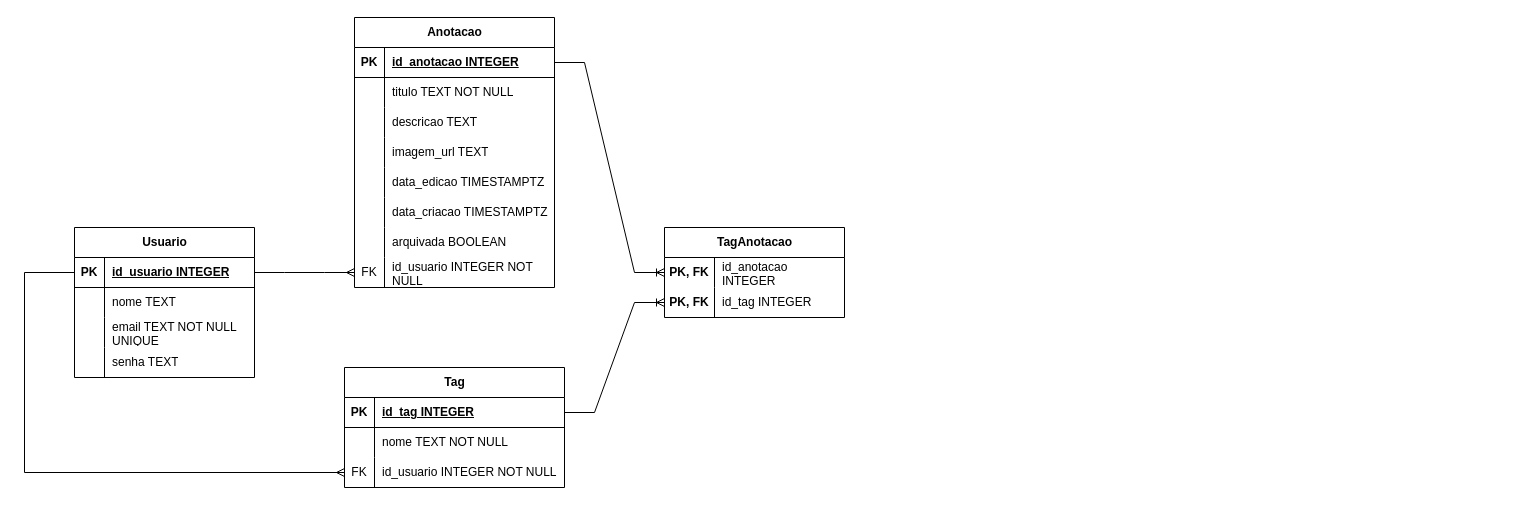
This is page "Modelo Físico" (3 of 3) of Modelagem/SENAINotesModelagem.drawio from Viniart/SENAI-Notes-Java, a draw.io file, before an edit. Source tidied: cells renumbered, new cells numbered last; positions are measured from the earlier drawing's top-left corner, leaving out a move shared by most shapes. Both pictures are drawn from the tidied source at 100%, with x=0, y=0 at pixel (24, 17).
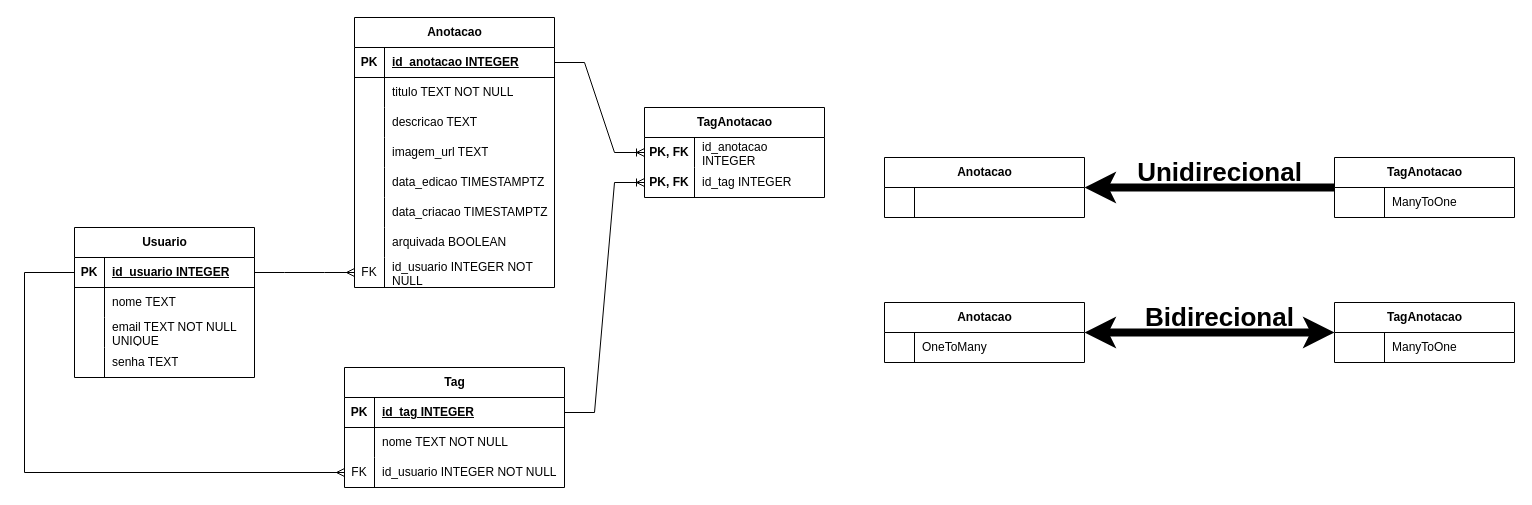
The same page after the edit.

What changed in the source:
```diff
@@
     <mxCell id="41" value="TagAnotacao" style="shape=table;startSize=30;childLayout=tableLayout;rowLines=0;fontStyle=1;align=center;html=1;" parent="1" vertex="1">
-      <mxGeometry x="640" y="210" width="180" height="90" as="geometry" />
+      <mxGeometry x="620" y="90" width="180" height="90" as="geometry" />
     </mxCell>
@@
+    <mxCell id="61" value="Anotacao" style="shape=table;startSize=30;childLayout=tableLayout;rowLines=0;fontStyle=1;align=center;html=1;" parent="1" vertex="1">
+      <mxGeometry x="860" y="140" width="200" height="60" as="geometry" />
+    </mxCell>
+    <mxCell id="62" style="shape=tableRow;horizontal=0;startSize=0;swimlaneHead=0;swimlaneBody=0;fillColor=none;top=0;left=0;right=0;bottom=0;" parent="61" vertex="1">
+      <mxGeometry y="30" width="200" height="30" as="geometry" />
+    </mxCell>
+    <mxCell id="63" style="shape=partialRectangle;fillColor=none;top=0;left=0;bottom=0;right=0;overflow=hidden;whiteSpace=wrap;html=1;" parent="62" vertex="1">
+      <mxGeometry width="30" height="30" as="geometry" />
+    </mxCell>
+    <mxCell id="64" style="shape=partialRectangle;fillColor=none;top=0;left=0;bottom=0;right=0;align=left;spacingLeft=6;overflow=hidden;whiteSpace=wrap;html=1;" parent="62" vertex="1">
+      <mxGeometry x="30" width="170" height="30" as="geometry" />
+    </mxCell>
+    <mxCell id="65" style="edgeStyle=orthogonalEdgeStyle;rounded=0;jettySize=auto;html=1;fontSize=21;strokeWidth=8;" parent="1" edge="1" source="66" target="61">
+      <mxGeometry relative="1" as="geometry" />
+    </mxCell>
+    <mxCell id="66" value="TagAnotacao" style="shape=table;startSize=30;childLayout=tableLayout;rowLines=0;fontStyle=1;align=center;html=1;" parent="1" vertex="1">
+      <mxGeometry x="1310" y="140" width="180" height="60" as="geometry" />
+    </mxCell>
+    <mxCell id="67" style="shape=tableRow;horizontal=0;startSize=0;swimlaneHead=0;swimlaneBody=0;fillColor=none;top=0;left=0;right=0;bottom=0;" parent="66" vertex="1">
+      <mxGeometry y="30" width="180" height="30" as="geometry" />
+    </mxCell>
+    <mxCell id="68" style="shape=partialRectangle;fillColor=none;top=0;left=0;bottom=0;right=0;overflow=hidden;whiteSpace=wrap;html=1;" parent="67" vertex="1">
+      <mxGeometry width="50" height="30" as="geometry" />
+    </mxCell>
+    <mxCell id="69" value="ManyToOne" style="shape=partialRectangle;fillColor=none;top=0;left=0;bottom=0;right=0;align=left;spacingLeft=6;overflow=hidden;whiteSpace=wrap;html=1;" parent="67" vertex="1">
+      <mxGeometry x="50" width="130" height="30" as="geometry" />
+    </mxCell>
+    <mxCell id="70" value="Unidirecional" style="text;html=1;align=center;verticalAlign=middle;strokeColor=none;fillColor=none;fontSize=26;fontStyle=1;" parent="1" vertex="1">
+      <mxGeometry x="1110" y="135" width="170" height="40" as="geometry" />
+    </mxCell>
+    <mxCell id="71" value="Anotacao" style="shape=table;startSize=30;childLayout=tableLayout;rowLines=0;fontStyle=1;align=center;html=1;" parent="1" vertex="1">
+      <mxGeometry x="860" y="285" width="200" height="60" as="geometry" />
+    </mxCell>
+    <mxCell id="72" style="shape=tableRow;horizontal=0;startSize=0;swimlaneHead=0;swimlaneBody=0;fillColor=none;top=0;left=0;right=0;bottom=0;" parent="71" vertex="1">
+      <mxGeometry y="30" width="200" height="30" as="geometry" />
+    </mxCell>
+    <mxCell id="73" style="shape=partialRectangle;fillColor=none;top=0;left=0;bottom=0;right=0;overflow=hidden;whiteSpace=wrap;html=1;" parent="72" vertex="1">
+      <mxGeometry width="30" height="30" as="geometry" />
+    </mxCell>
+    <mxCell id="74" value="OneToMany" style="shape=partialRectangle;fillColor=none;top=0;left=0;bottom=0;right=0;align=left;spacingLeft=6;overflow=hidden;whiteSpace=wrap;html=1;" parent="72" vertex="1">
+      <mxGeometry x="30" width="170" height="30" as="geometry" />
+    </mxCell>
+    <mxCell id="75" style="edgeStyle=orthogonalEdgeStyle;rounded=0;jettySize=auto;html=1;fontSize=21;strokeWidth=8;startArrow=classic;startFill=1;" parent="1" edge="1" source="76" target="71">
+      <mxGeometry relative="1" as="geometry" />
+    </mxCell>
+    <mxCell id="76" value="TagAnotacao" style="shape=table;startSize=30;childLayout=tableLayout;rowLines=0;fontStyle=1;align=center;html=1;" parent="1" vertex="1">
+      <mxGeometry x="1310" y="285" width="180" height="60" as="geometry" />
+    </mxCell>
+    <mxCell id="77" style="shape=tableRow;horizontal=0;startSize=0;swimlaneHead=0;swimlaneBody=0;fillColor=none;top=0;left=0;right=0;bottom=0;" parent="76" vertex="1">
+      <mxGeometry y="30" width="180" height="30" as="geometry" />
+    </mxCell>
+    <mxCell id="78" style="shape=partialRectangle;fillColor=none;top=0;left=0;bottom=0;right=0;overflow=hidden;whiteSpace=wrap;html=1;" parent="77" vertex="1">
+      <mxGeometry width="50" height="30" as="geometry" />
+    </mxCell>
+    <mxCell id="79" value="ManyToOne" style="shape=partialRectangle;fillColor=none;top=0;left=0;bottom=0;right=0;align=left;spacingLeft=6;overflow=hidden;whiteSpace=wrap;html=1;" parent="77" vertex="1">
+      <mxGeometry x="50" width="130" height="30" as="geometry" />
+    </mxCell>
+    <mxCell id="80" value="Bidirecional" style="text;html=1;align=center;verticalAlign=middle;strokeColor=none;fillColor=none;fontSize=26;fontStyle=1;" parent="1" vertex="1">
+      <mxGeometry x="1115" y="280" width="160" height="40" as="geometry" />
+    </mxCell>
```
